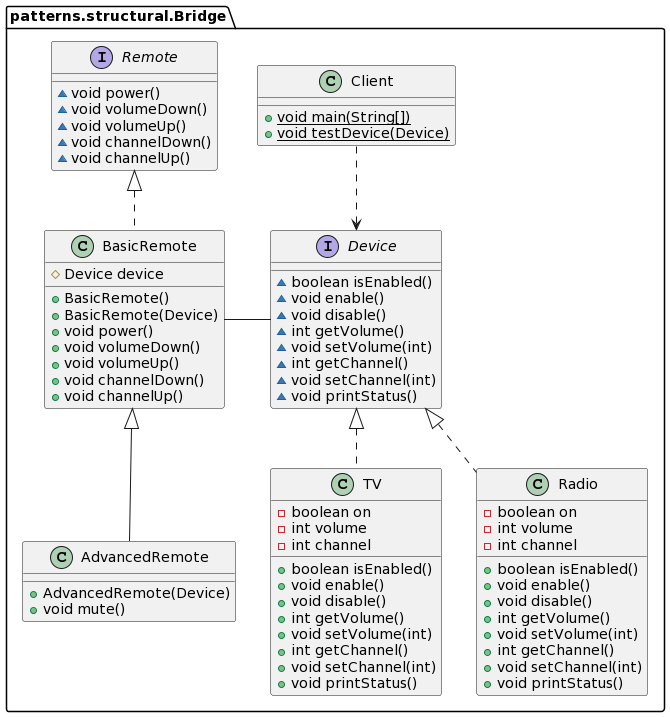
The PlantUML diagram umls/structural/BridgeUML.png in MertBaran/Design-Patterns, before a commit.
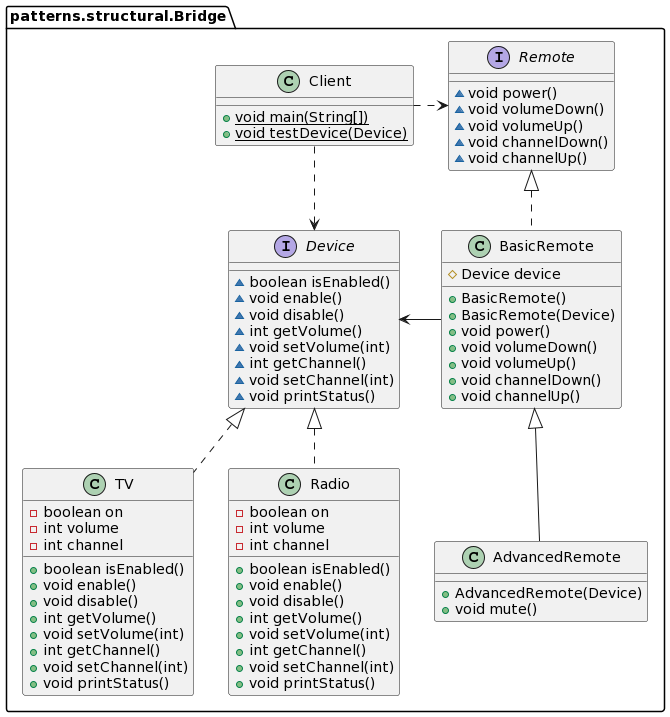
The same file after the commit.

The edit, as a diff of the source:
```diff
@@ -61,9 +61,10 @@
 + void channelUp()
 }
 
+patterns.structural.Bridge.Client .> patterns.structural.Bridge.Remote
 patterns.structural.Bridge.Client ..> patterns.structural.Bridge.Device
 patterns.structural.Bridge.Device <|.. patterns.structural.Bridge.TV
-patterns.structural.Bridge.BasicRemote - patterns.structural.Bridge.Device
+patterns.structural.Bridge.BasicRemote -> patterns.structural.Bridge.Device
 patterns.structural.Bridge.BasicRemote <|-- patterns.structural.Bridge.AdvancedRemote
 patterns.structural.Bridge.Device <|.. patterns.structural.Bridge.Radio
 patterns.structural.Bridge.Remote <|.. patterns.structural.Bridge.BasicRemote
```
